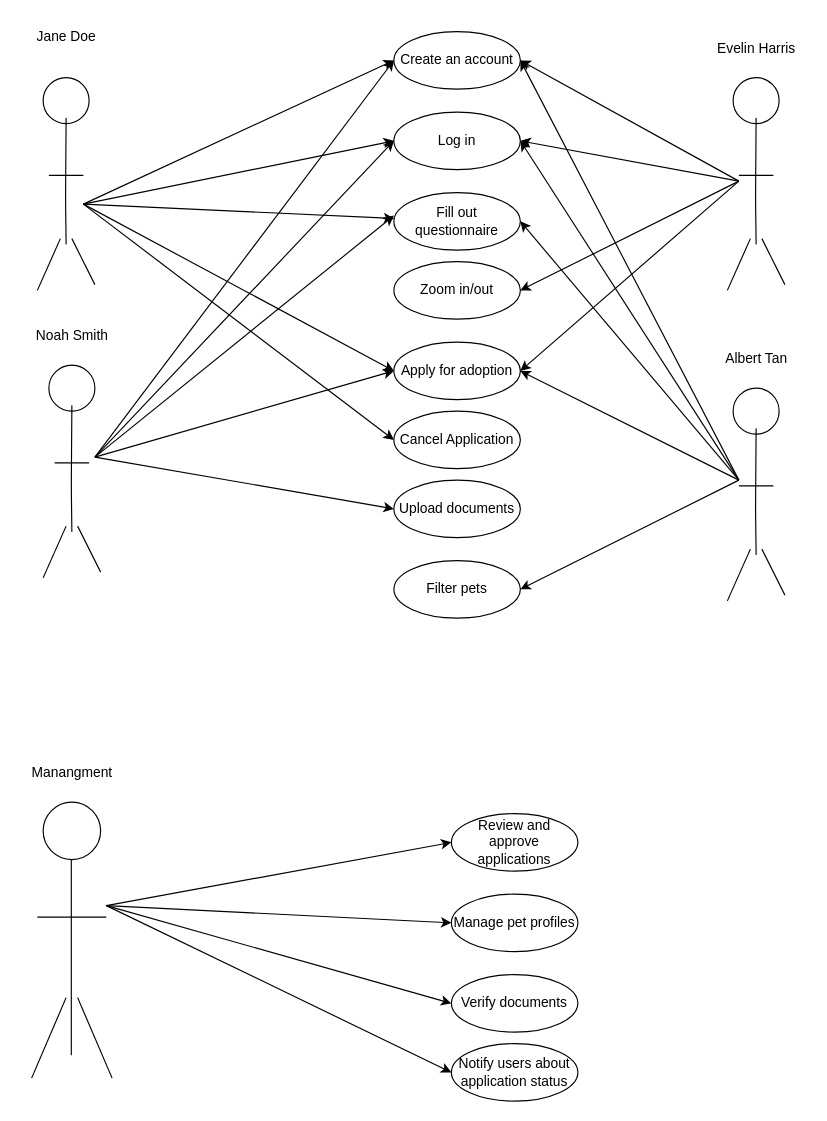
The draw.io diagram docs/usecase-pet-adoption.drawio in LegenWang/Pet-Adoption, before the edit. Source tidied: cells renumbered, new cells numbered last; positions are measured from the earlier drawing's top-left corner, leaving out a move shared by most shapes. Both pictures are drawn from the tidied source at 115%, with x=0, y=0 at pixel (20, 20).
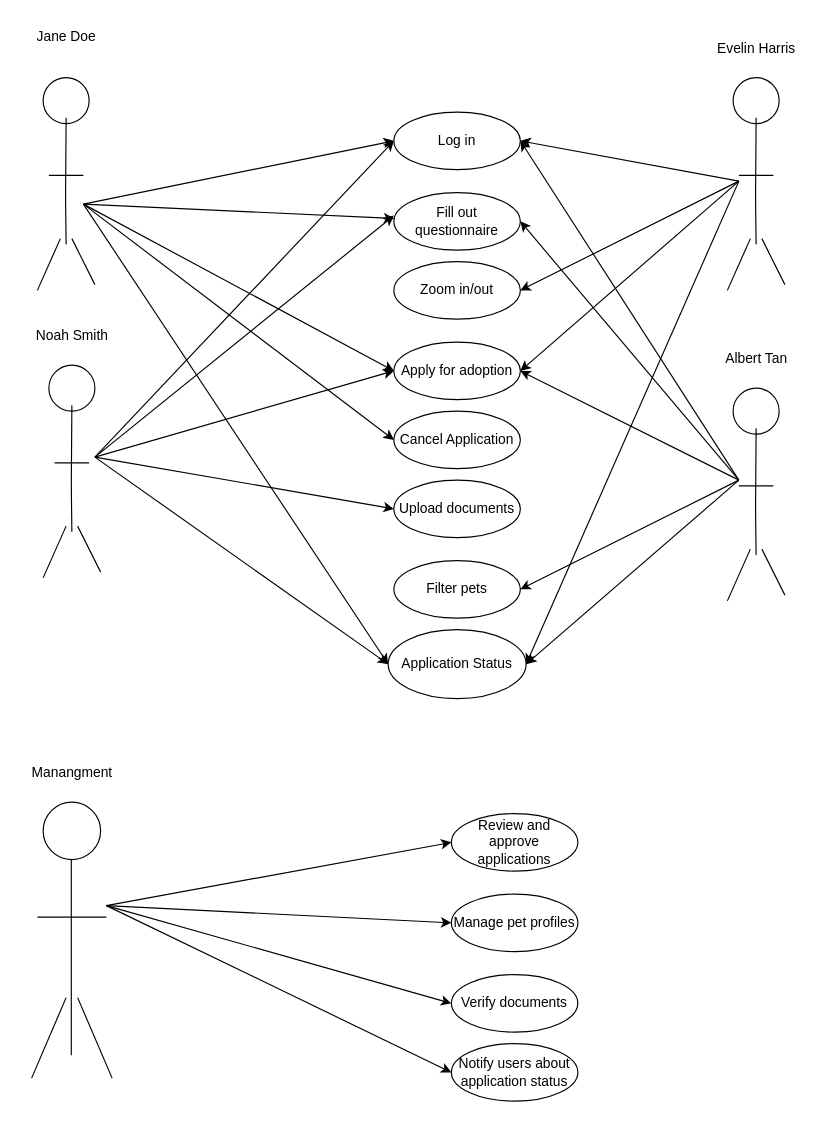
After the change.

Commit message:
Edited usecase-pet-adoption-drawio

Change to the diagram source:
```diff
@@
-    <mxCell id="14" value="Create an account" style="ellipse;whiteSpace=wrap;html=1;" parent="1" vertex="1">
-      <mxGeometry x="325" y="10" width="110" height="50" as="geometry" />
-    </mxCell>
@@
-    <mxCell id="50" style="endArrow=classic;html=1;entryX=0;entryY=0.5;entryDx=0;entryDy=0;" parent="1" edge="1" target="14">
-      <mxGeometry relative="1" as="geometry">
-        <mxPoint x="55" y="160" as="sourcePoint" />
-      </mxGeometry>
-    </mxCell>
@@
-    <mxCell id="55" style="endArrow=classic;html=1;entryX=0;entryY=0.5;entryDx=0;entryDy=0;" parent="1" edge="1" target="14">
-      <mxGeometry relative="1" as="geometry">
-        <mxPoint x="65" y="380" as="sourcePoint" />
-      </mxGeometry>
-    </mxCell>
@@
-    <mxCell id="59" style="endArrow=classic;html=1;entryX=1;entryY=0.5;entryDx=0;entryDy=0;" parent="1" edge="1" target="14">
-      <mxGeometry relative="1" as="geometry">
-        <mxPoint x="625" y="400" as="sourcePoint" />
-      </mxGeometry>
-    </mxCell>
@@
-    <mxCell id="62" style="endArrow=classic;html=1;entryX=1;entryY=0.5;entryDx=0;entryDy=0;" parent="1" edge="1" target="14">
-      <mxGeometry relative="1" as="geometry">
-        <mxPoint x="625" y="140" as="sourcePoint" />
-      </mxGeometry>
-    </mxCell>
@@
+    <mxCell id="67" value="Application Status" style="ellipse;whiteSpace=wrap;html=1;" parent="1" vertex="1">
+      <mxGeometry x="320" y="530" width="120" height="60" as="geometry" />
+    </mxCell>
+    <mxCell id="68" style="endArrow=classic;html=1;entryX=0;entryY=0.5;entryDx=0;entryDy=0;" parent="1" edge="1" target="67">
+      <mxGeometry relative="1" as="geometry">
+        <mxPoint x="65" y="380" as="sourcePoint" />
+      </mxGeometry>
+    </mxCell>
+    <mxCell id="69" style="endArrow=classic;html=1;entryX=1;entryY=0.5;entryDx=0;entryDy=0;" parent="1" edge="1" target="67">
+      <mxGeometry relative="1" as="geometry">
+        <mxPoint x="625" y="400" as="sourcePoint" />
+      </mxGeometry>
+    </mxCell>
+    <mxCell id="70" style="endArrow=classic;html=1;entryX=1;entryY=0.5;entryDx=0;entryDy=0;" parent="1" edge="1" target="67">
+      <mxGeometry relative="1" as="geometry">
+        <mxPoint x="625" y="140" as="sourcePoint" />
+      </mxGeometry>
+    </mxCell>
+    <mxCell id="71" style="endArrow=classic;html=1;entryX=0;entryY=0.5;entryDx=0;entryDy=0;" parent="1" edge="1" target="67">
+      <mxGeometry relative="1" as="geometry">
+        <mxPoint x="55" y="160" as="sourcePoint" />
+      </mxGeometry>
+    </mxCell>
```
